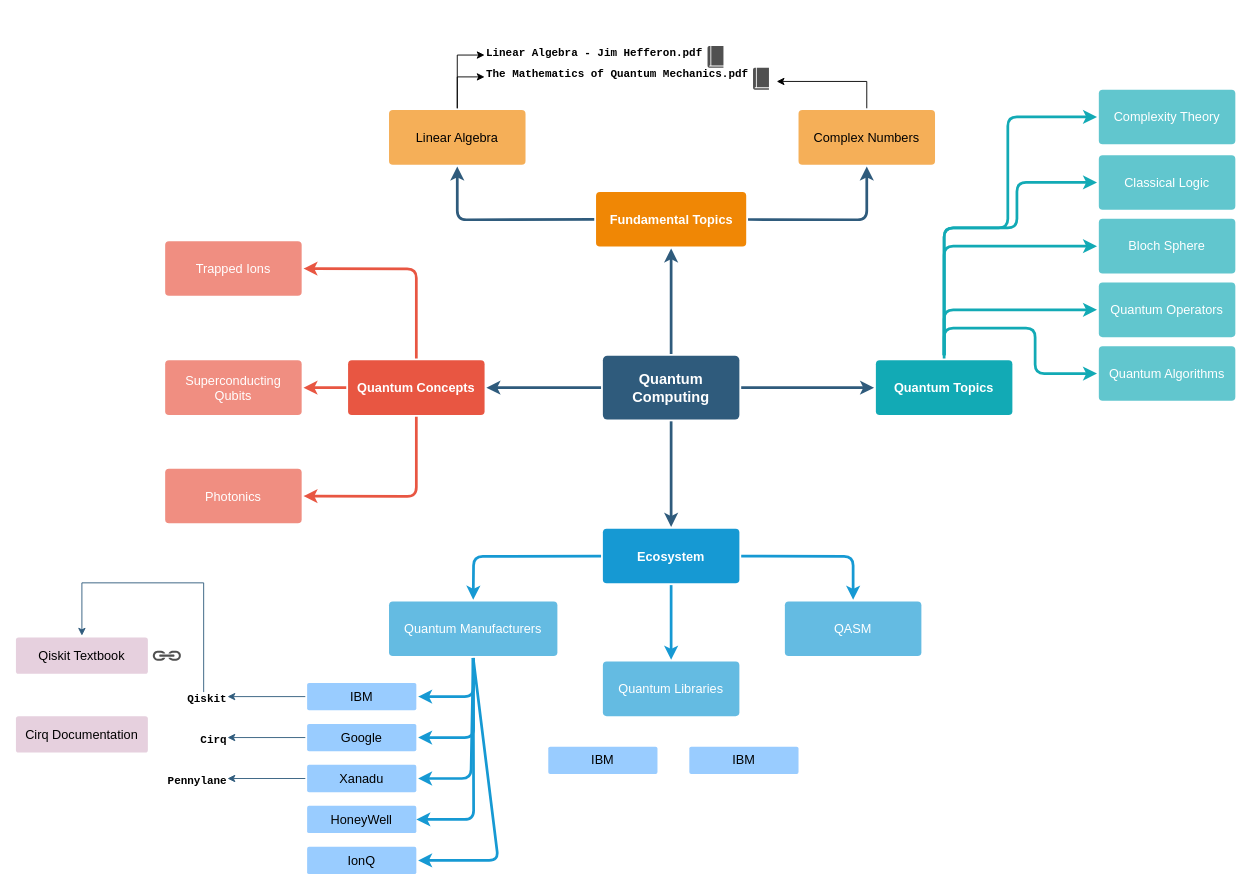
The draw.io diagram quantum_roadmap.drawio in pablomateo/quantum_computing_learning_stack, before the edit. Source tidied: cells renumbered, new cells numbered last; positions are measured from the earlier drawing's top-left corner, leaving out a move shared by most shapes. Both pictures are drawn from the tidied source at 91%, with x=0, y=0 at pixel (15, 46).
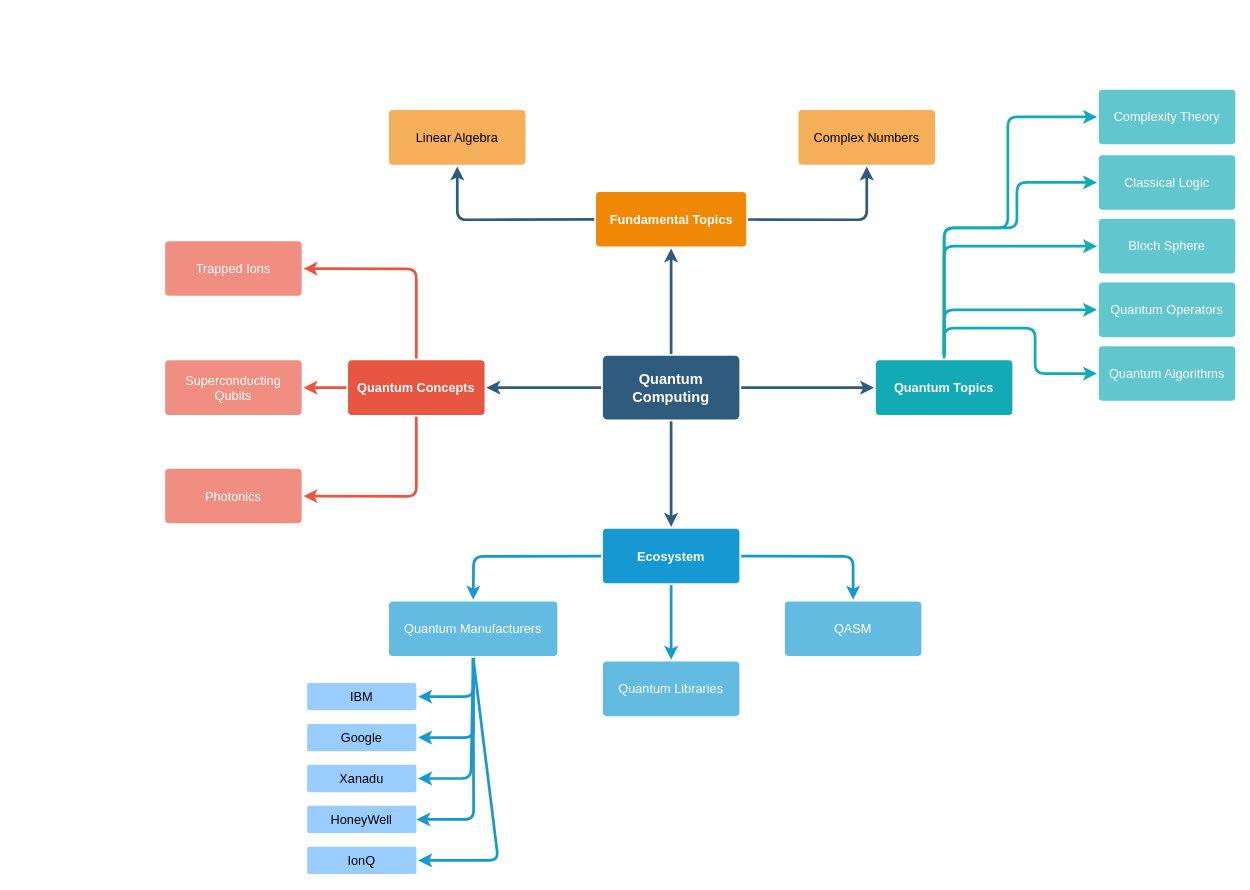
The same diagram, later.

Commit message (it also covers changes not shown here):
Added resources and new structure

Unchanged cells that the change refers to:
```xml
<mxCell id="25" value="&lt;font color=&quot;#000000&quot;&gt;Complex Numbers&lt;/font&gt;" style="rounded=1;whiteSpace=wrap;html=1;shadow=0;labelBackgroundColor=none;strokeColor=none;strokeWidth=3;fillColor=#f5af58;fontFamily=Helvetica;fontSize=14;fontColor=#FFFFFF;align=center;spacing=5;arcSize=7;perimeterSpacing=2;" parent="1" vertex="1">
  <mxGeometry x="860" y="70.5" width="150" height="60" as="geometry" />
</mxCell>
<mxCell id="28" value="&lt;font color=&quot;#000000&quot;&gt;Linear Algebra&lt;/font&gt;" style="rounded=1;whiteSpace=wrap;html=1;shadow=0;labelBackgroundColor=none;strokeColor=none;strokeWidth=3;fillColor=#f5af58;fontFamily=Helvetica;fontSize=14;fontColor=#FFFFFF;align=center;spacing=5;arcSize=7;perimeterSpacing=2;" parent="1" vertex="1">
  <mxGeometry x="410" y="70.5" width="150" height="60" as="geometry" />
</mxCell>
<mxCell id="45" value="&lt;font color=&quot;#000000&quot;&gt;IBM&lt;/font&gt;" style="rounded=1;whiteSpace=wrap;html=1;shadow=0;labelBackgroundColor=none;strokeColor=none;strokeWidth=3;fillColor=#99CCFF;fontFamily=Helvetica;fontSize=14;fontColor=#FFFFFF;align=center;spacing=5;arcSize=7;perimeterSpacing=2;" parent="1" vertex="1">
  <mxGeometry x="320" y="700" width="120" height="30" as="geometry" />
</mxCell>
<mxCell id="47" value="&lt;font color=&quot;#000000&quot;&gt;Google&lt;/font&gt;" style="rounded=1;whiteSpace=wrap;html=1;shadow=0;labelBackgroundColor=none;strokeColor=none;strokeWidth=3;fillColor=#99CCFF;fontFamily=Helvetica;fontSize=14;fontColor=#FFFFFF;align=center;spacing=5;arcSize=7;perimeterSpacing=2;" parent="1" vertex="1">
  <mxGeometry x="320" y="745" width="120" height="30" as="geometry" />
</mxCell>
<mxCell id="49" value="&lt;font color=&quot;#000000&quot;&gt;Xanadu&lt;/font&gt;" style="rounded=1;whiteSpace=wrap;html=1;shadow=0;labelBackgroundColor=none;strokeColor=none;strokeWidth=3;fillColor=#99CCFF;fontFamily=Helvetica;fontSize=14;fontColor=#FFFFFF;align=center;spacing=5;arcSize=7;perimeterSpacing=2;" parent="1" vertex="1">
  <mxGeometry x="320" y="790" width="120" height="30" as="geometry" />
</mxCell>
```

Diff of the diagram source:
```diff
@@
-    <mxCell id="24" style="edgeStyle=orthogonalEdgeStyle;rounded=0;jettySize=auto;html=1;exitX=0.5;exitY=0;exitDx=0;exitDy=0;" parent="1" edge="1" source="25">
-      <mxGeometry relative="1" as="geometry">
-        <mxPoint x="836" y="39" as="targetPoint" />
-        <Array as="points">
-          <mxPoint x="935" y="39" />
-        </Array>
-      </mxGeometry>
-    </mxCell>
@@
-    <mxCell id="26" style="edgeStyle=orthogonalEdgeStyle;rounded=0;jettySize=auto;html=1;entryX=0;entryY=1;entryDx=0;entryDy=0;" parent="1" edge="1" source="28" target="35">
-      <mxGeometry relative="1" as="geometry">
-        <Array as="points">
-          <mxPoint x="485" y="34" />
-        </Array>
-      </mxGeometry>
-    </mxCell>
-    <mxCell id="27" style="edgeStyle=orthogonalEdgeStyle;rounded=0;jettySize=auto;html=1;entryX=0;entryY=1;entryDx=0;entryDy=0;" parent="1" edge="1" source="28" target="36">
-      <mxGeometry relative="1" as="geometry">
-        <Array as="points">
-          <mxPoint x="485" y="10" />
-        </Array>
-      </mxGeometry>
-    </mxCell>
@@
-    <mxCell id="35" value="&lt;pre&gt;&lt;font style=&quot;font-size: 12px&quot;&gt;The Mathematics of Quantum Mechanics.pdf&lt;/font&gt;&lt;/pre&gt;" style="text;strokeColor=none;fillColor=none;html=1;fontSize=24;fontStyle=1;verticalAlign=middle;align=left;" parent="1" vertex="1">
-      <mxGeometry x="515" y="24" width="295" height="10" as="geometry" />
-    </mxCell>
-    <mxCell id="36" value="&lt;pre&gt;&lt;font style=&quot;font-size: 12px&quot;&gt;Linear Algebra - Jim Hefferon.pdf&lt;/font&gt;&lt;/pre&gt;" style="text;strokeColor=none;fillColor=none;html=1;fontSize=24;fontStyle=1;verticalAlign=middle;align=left;" parent="1" vertex="1">
-      <mxGeometry x="515" width="332.5" height="10" as="geometry" />
-    </mxCell>
-    <mxCell id="37" style="shadow=0;dashed=0;html=1;strokeColor=none;fillColor=#505050;labelPosition=center;verticalLabelPosition=bottom;verticalAlign=top;align=center;shape=mxgraph.office.concepts.book_journal;" parent="1" vertex="1">
-      <mxGeometry x="760" width="17.5" height="24" as="geometry" />
-    </mxCell>
-    <mxCell id="38" style="shadow=0;dashed=0;html=1;strokeColor=none;fillColor=#505050;labelPosition=center;verticalLabelPosition=bottom;verticalAlign=top;align=center;shape=mxgraph.office.concepts.book_journal;" parent="1" vertex="1">
-      <mxGeometry x="810" y="24" width="17.5" height="24" as="geometry" />
-    </mxCell>
@@
-    <mxCell id="44" style="edgeStyle=orthogonalEdgeStyle;rounded=0;jettySize=auto;html=1;entryX=1;entryY=0.5;entryDx=0;entryDy=0;strokeColor=#2F5B7C;" parent="1" edge="1" source="45" target="55">
-      <mxGeometry relative="1" as="geometry" />
-    </mxCell>
@@
-    <mxCell id="46" style="edgeStyle=orthogonalEdgeStyle;rounded=0;jettySize=auto;html=1;entryX=1;entryY=0.5;entryDx=0;entryDy=0;strokeColor=#2F5B7C;" parent="1" edge="1" source="47" target="56">
-      <mxGeometry relative="1" as="geometry" />
-    </mxCell>
@@
-    <mxCell id="48" style="edgeStyle=orthogonalEdgeStyle;rounded=0;jettySize=auto;html=1;entryX=1;entryY=0.5;entryDx=0;entryDy=0;strokeColor=#2F5B7C;" parent="1" edge="1" source="49" target="57">
-      <mxGeometry relative="1" as="geometry" />
-    </mxCell>
@@
-    <mxCell id="52" value="&lt;font color=&quot;#000000&quot;&gt;IBM&lt;/font&gt;" style="rounded=1;whiteSpace=wrap;html=1;shadow=0;labelBackgroundColor=none;strokeColor=none;strokeWidth=3;fillColor=#99CCFF;fontFamily=Helvetica;fontSize=14;fontColor=#FFFFFF;align=center;spacing=5;arcSize=7;perimeterSpacing=2;" parent="1" vertex="1">
-      <mxGeometry x="585" y="770" width="120" height="30" as="geometry" />
-    </mxCell>
-    <mxCell id="53" value="&lt;font color=&quot;#000000&quot;&gt;IBM&lt;/font&gt;" style="rounded=1;whiteSpace=wrap;html=1;shadow=0;labelBackgroundColor=none;strokeColor=none;strokeWidth=3;fillColor=#99CCFF;fontFamily=Helvetica;fontSize=14;fontColor=#FFFFFF;align=center;spacing=5;arcSize=7;perimeterSpacing=2;" parent="1" vertex="1">
-      <mxGeometry x="740" y="770" width="120" height="30" as="geometry" />
-    </mxCell>
-    <mxCell id="54" style="edgeStyle=orthogonalEdgeStyle;rounded=0;jettySize=auto;html=1;entryX=0.5;entryY=0;entryDx=0;entryDy=0;strokeColor=#2F5B7C;" parent="1" edge="1" source="55" target="63">
-      <mxGeometry relative="1" as="geometry">
-        <Array as="points">
-          <mxPoint x="206" y="590" />
-          <mxPoint x="73" y="590" />
-        </Array>
-      </mxGeometry>
-    </mxCell>
-    <mxCell id="55" value="&lt;pre&gt;&lt;font style=&quot;font-size: 12px&quot;&gt;Qiskit&lt;/font&gt;&lt;/pre&gt;" style="text;strokeColor=none;fillColor=none;html=1;fontSize=24;fontStyle=1;verticalAlign=middle;align=right;" parent="1" vertex="1">
-      <mxGeometry x="180" y="710" width="52.5" height="10" as="geometry" />
-    </mxCell>
-    <mxCell id="56" value="&lt;pre&gt;&lt;font style=&quot;font-size: 12px&quot;&gt;Cirq&lt;/font&gt;&lt;/pre&gt;" style="text;strokeColor=none;fillColor=none;html=1;fontSize=24;fontStyle=1;verticalAlign=middle;align=right;horizontal=1;" parent="1" vertex="1">
-      <mxGeometry x="180" y="752.5" width="52.5" height="15" as="geometry" />
-    </mxCell>
-    <mxCell id="57" value="&lt;pre&gt;&lt;font style=&quot;font-size: 12px&quot;&gt;Pennylane&lt;/font&gt;&lt;/pre&gt;" style="text;strokeColor=none;fillColor=none;html=1;fontSize=24;fontStyle=1;verticalAlign=middle;align=right;" parent="1" vertex="1">
-      <mxGeometry x="180" y="800" width="52.5" height="10" as="geometry" />
-    </mxCell>
@@
-    <mxCell id="63" value="&lt;font color=&quot;#000000&quot;&gt;Qiskit Textbook&lt;/font&gt;" style="rounded=1;whiteSpace=wrap;html=1;shadow=0;labelBackgroundColor=none;strokeColor=none;strokeWidth=3;fillColor=#E6D0DE;fontFamily=Helvetica;fontSize=14;fontColor=#FFFFFF;align=center;spacing=5;arcSize=7;perimeterSpacing=2;" parent="1" vertex="1">
-      <mxGeometry y="650" width="145" height="40" as="geometry" />
-    </mxCell>
-    <mxCell id="64" style="shadow=0;dashed=0;html=1;strokeColor=none;fillColor=#505050;labelPosition=center;verticalLabelPosition=bottom;verticalAlign=top;align=center;shape=mxgraph.office.concepts.link;" parent="1" vertex="1">
-      <mxGeometry x="150" y="664.5" width="31.9" height="11" as="geometry" />
-    </mxCell>
-    <mxCell id="65" value="&lt;font color=&quot;#000000&quot;&gt;Cirq Documentation&lt;/font&gt;" style="rounded=1;whiteSpace=wrap;html=1;shadow=0;labelBackgroundColor=none;strokeColor=none;strokeWidth=3;fillColor=#E6D0DE;fontFamily=Helvetica;fontSize=14;fontColor=#FFFFFF;align=center;spacing=5;arcSize=7;perimeterSpacing=2;" parent="1" vertex="1">
-      <mxGeometry y="736.5" width="145" height="40" as="geometry" />
-    </mxCell>
```
